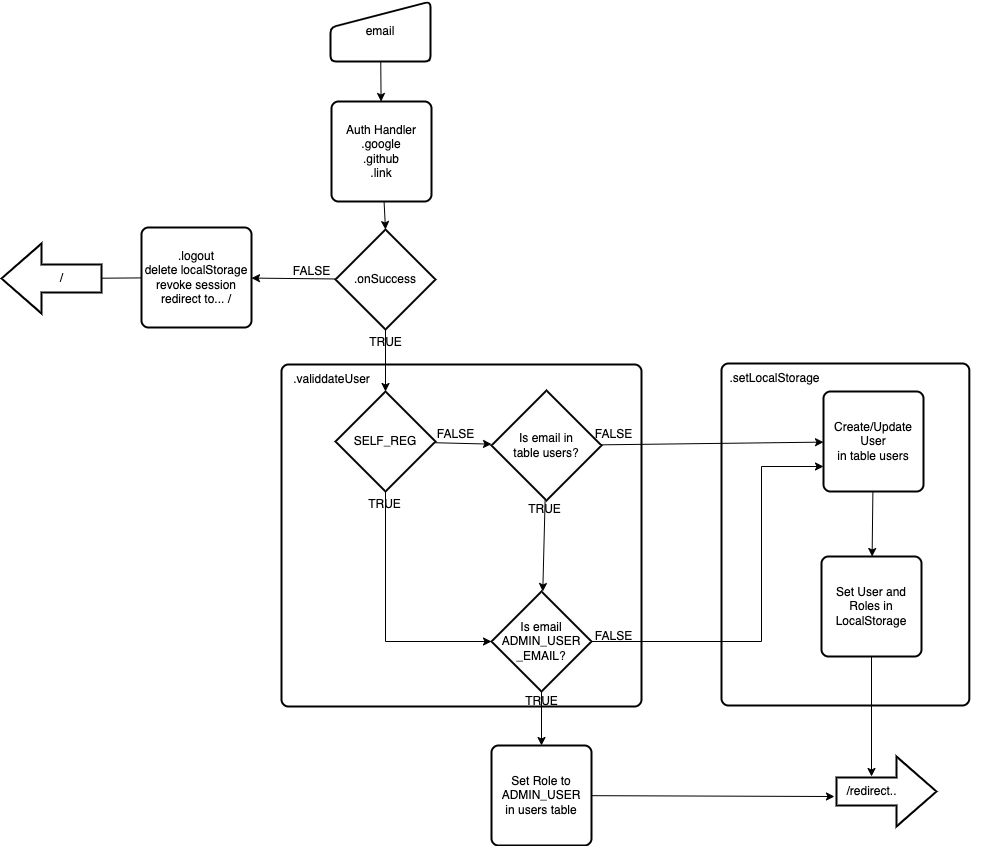
Before: assets/Auth Flows-Auth Process Flow.drawio.png, a diagram exported from draw.io (ctdh/sst-sveltekit-starter). Source tidied: cells renumbered, new cells last; positions are measured from the earlier drawing's top-left corner, leaving out a move shared by most shapes.
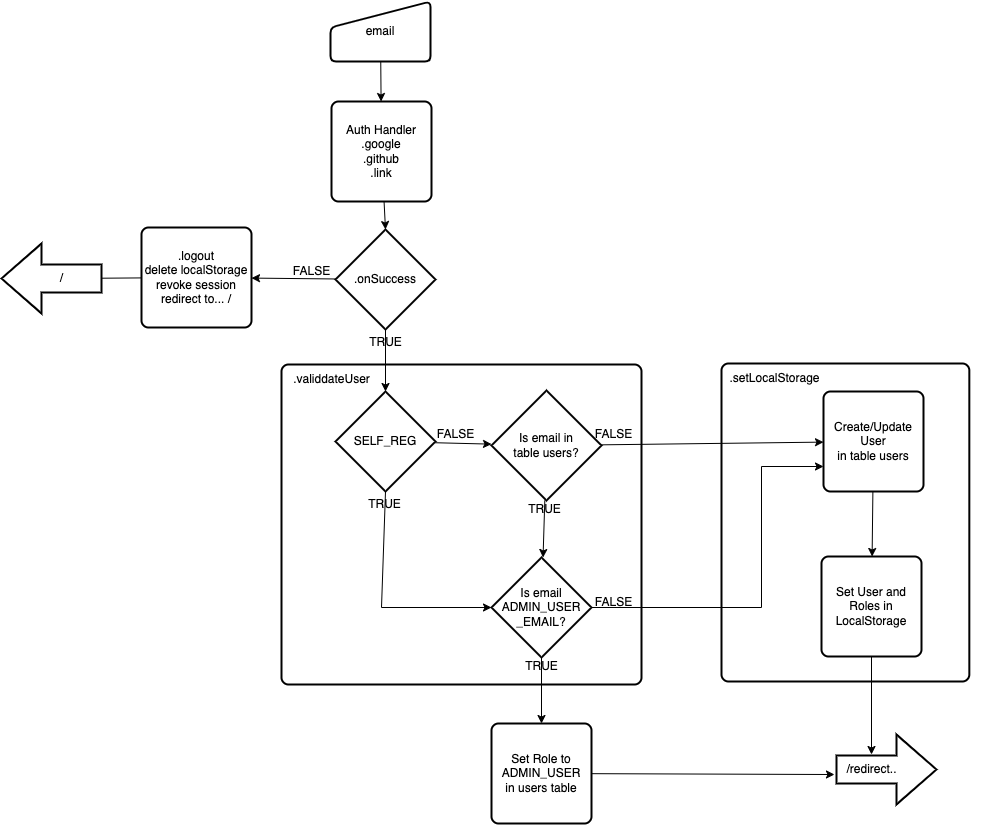
After the change.

Commit message:
chore: update auth flows

Change to the diagram source:
```diff
@@ -3,10 +3,10 @@
     <mxCell id="0" />
     <mxCell id="1" parent="0" />
     <mxCell id="2" style="group;" parent="1" vertex="1">
-      <mxGeometry x="717.8" y="362" width="272.2" height="342" as="geometry" />
+      <mxGeometry x="717.8" y="362" width="272.2" height="318" as="geometry" />
     </mxCell>
     <mxCell id="3" style="rounded=1;whiteSpace=wrap;html=1;absoluteArcSize=1;arcSize=14;strokeWidth=2;" parent="2" vertex="1">
-      <mxGeometry x="2.2" width="247.8" height="342" as="geometry" />
+      <mxGeometry x="2.2" width="247.8" height="318" as="geometry" />
     </mxCell>
     <mxCell id="4" value=".setLocalStorage" style="text;html=1;align=center;verticalAlign=middle;strokeColor=none;fillColor=none;" parent="2" vertex="1">
       <mxGeometry width="110" height="30" as="geometry" />
@@ -15,11 +15,14 @@
       <mxGeometry x="280" y="363" width="360" height="342" as="geometry" />
     </mxCell>
     <mxCell id="6" style="rounded=1;whiteSpace=wrap;html=1;absoluteArcSize=1;arcSize=14;strokeWidth=2;" parent="5" vertex="1">
-      <mxGeometry width="360" height="342" as="geometry" />
+      <mxGeometry width="360" height="320" as="geometry" />
     </mxCell>
     <mxCell id="7" value=".validdateUser" style="text;html=1;align=center;verticalAlign=middle;strokeColor=none;fillColor=none;" parent="5" vertex="1">
       <mxGeometry width="100" height="30" as="geometry" />
     </mxCell>
+    <mxCell id="18" value="TRUE" style="text;html=1;align=center;verticalAlign=middle;strokeColor=none;fillColor=none;" parent="5" vertex="1">
+      <mxGeometry x="230" y="287" width="60" height="30" as="geometry" />
+    </mxCell>
     <mxCell id="8" style="edgeStyle=none;rounded=0;jettySize=auto;html=1;" parent="1" edge="1" source="9" target="11">
       <mxGeometry relative="1" as="geometry" />
     </mxCell>
@@ -50,19 +53,16 @@
     <mxCell id="17" value="TRUE" style="text;html=1;align=center;verticalAlign=middle;strokeColor=none;fillColor=none;" parent="1" vertex="1">
       <mxGeometry x="354" y="326" width="60" height="30" as="geometry" />
     </mxCell>
-    <mxCell id="18" value="TRUE" style="text;html=1;align=center;verticalAlign=middle;strokeColor=none;fillColor=none;" parent="1" vertex="1">
-      <mxGeometry x="510" y="685" width="60" height="30" as="geometry" />
-    </mxCell>
     <mxCell id="19" value="FALSE" style="text;html=1;align=center;verticalAlign=middle;strokeColor=none;fillColor=none;" parent="1" vertex="1">
       <mxGeometry x="280" y="255" width="60" height="30" as="geometry" />
     </mxCell>
     <mxCell id="20" value="FALSE" style="text;html=1;align=center;verticalAlign=middle;strokeColor=none;fillColor=none;" parent="1" vertex="1">
-      <mxGeometry x="582" y="620" width="60" height="30" as="geometry" />
+      <mxGeometry x="582" y="586" width="60" height="30" as="geometry" />
     </mxCell>
     <mxCell id="21" style="edgeStyle=none;rounded=0;jettySize=auto;html=1;entryX=0;entryY=0.75;entryDx=0;entryDy=0;" parent="1" edge="1" source="23" target="32">
       <mxGeometry relative="1" as="geometry">
         <Array as="points">
-          <mxPoint x="760" y="640" />
+          <mxPoint x="760" y="606" />
           <mxPoint x="760" y="465" />
         </Array>
       </mxGeometry>
@@ -71,10 +71,10 @@
       <mxGeometry relative="1" as="geometry" />
     </mxCell>
     <mxCell id="23" value="Is email&lt;br&gt;ADMIN_USER&lt;br&gt;_EMAIL?" style="strokeWidth=2;html=1;shape=mxgraph.flowchart.decision;whiteSpace=wrap;" parent="1" vertex="1">
-      <mxGeometry x="490" y="590" width="100" height="100" as="geometry" />
+      <mxGeometry x="490" y="556" width="100" height="100" as="geometry" />
     </mxCell>
     <mxCell id="24" value="Set Role to&lt;br&gt;ADMIN_USER&lt;br&gt;in users table" style="rounded=1;whiteSpace=wrap;html=1;absoluteArcSize=1;arcSize=14;strokeWidth=2;" parent="1" vertex="1">
-      <mxGeometry x="490" y="744" width="100" height="100" as="geometry" />
+      <mxGeometry x="490" y="722" width="100" height="100" as="geometry" />
     </mxCell>
     <mxCell id="25" style="edgeStyle=none;rounded=0;jettySize=auto;html=1;" parent="1" edge="1" source="27" target="23">
       <mxGeometry relative="1" as="geometry" />
@@ -88,7 +88,7 @@
     <mxCell id="28" style="edgeStyle=none;rounded=0;jettySize=auto;html=1;entryX=0;entryY=0.5;entryDx=0;entryDy=0;entryPerimeter=0;exitX=0.5;exitY=1;exitDx=0;exitDy=0;exitPerimeter=0;" parent="1" edge="1" source="16" target="23">
       <mxGeometry relative="1" as="geometry">
         <Array as="points">
-          <mxPoint x="384" y="640" />
+          <mxPoint x="380" y="606" />
         </Array>
       </mxGeometry>
     </mxCell>
@@ -117,10 +117,10 @@
       <mxGeometry x="835" y="755" width="100" height="70" as="geometry" />
     </mxCell>
     <mxCell id="37" style="verticalLabelPosition=bottom;verticalAlign=top;html=1;strokeWidth=2;shape=mxgraph.arrows2.arrow;dy=0.6;dx=40;notch=0;" parent="36" vertex="1">
-      <mxGeometry width="100" height="70" as="geometry" />
+      <mxGeometry y="-22" width="100" height="70" as="geometry" />
     </mxCell>
     <mxCell id="38" value="/redirect.." style="text;html=1;align=center;verticalAlign=middle;points=[];strokeColor=none;fillColor=none;" parent="36" vertex="1">
-      <mxGeometry y="20" width="70" height="30" as="geometry" />
+      <mxGeometry y="-2" width="70" height="30" as="geometry" />
     </mxCell>
     <mxCell id="39" style="group;" parent="1" vertex="1">
       <mxGeometry y="242" width="100" height="70" as="geometry" />
```
